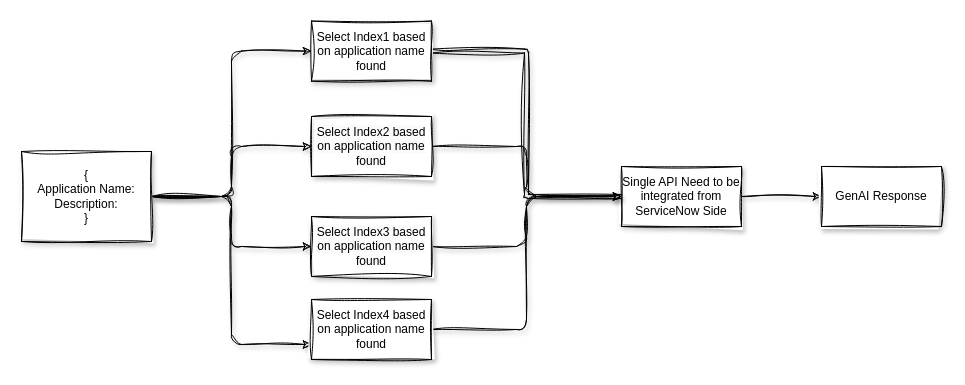
Above: WF.drawio in narsingh2231/Architectures-AI_ML (draw.io), before the change. Source tidied: cells renumbered, new cells numbered last; positions are measured from the earlier drawing's top-left corner, leaving out a move shared by most shapes. Both pictures are drawn from the tidied source at 100%, with x=0, y=0 at pixel (21, 21).
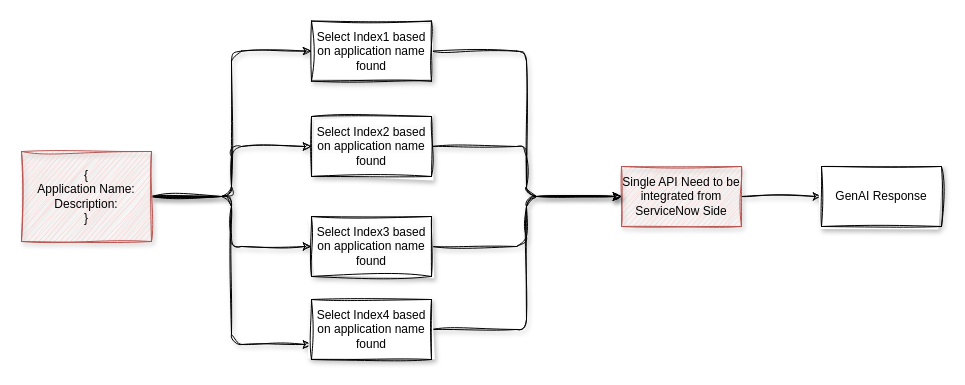
The same page after the edit.

Diff of the diagram source:
```diff
@@
 <mxGraphModel>
   <root>
     <mxCell id="0" />
     <mxCell id="1" parent="0" />
     <mxCell id="2" style="edgeStyle=orthogonalEdgeStyle;rounded=1;jettySize=auto;html=1;exitX=1;exitY=0.5;exitDx=0;exitDy=0;entryX=0;entryY=0.5;entryDx=0;entryDy=0;curved=0;sketch=1;curveFitting=1;jiggle=2;shadow=1;" parent="1" edge="1" source="6" target="16">
       <mxGeometry relative="1" as="geometry" />
     </mxCell>
     <mxCell id="3" style="edgeStyle=orthogonalEdgeStyle;rounded=1;jettySize=auto;html=1;exitX=1;exitY=0.5;exitDx=0;exitDy=0;entryX=0;entryY=0.75;entryDx=0;entryDy=0;curved=0;sketch=1;curveFitting=1;jiggle=2;shadow=1;" parent="1" edge="1" source="6" target="10">
       <mxGeometry relative="1" as="geometry" />
     </mxCell>
     <mxCell id="4" style="edgeStyle=orthogonalEdgeStyle;rounded=1;jettySize=auto;html=1;exitX=1;exitY=0.5;exitDx=0;exitDy=0;entryX=0;entryY=0.5;entryDx=0;entryDy=0;curved=0;sketch=1;curveFitting=1;jiggle=2;shadow=1;" parent="1" edge="1" source="6" target="14">
       <mxGeometry relative="1" as="geometry" />
     </mxCell>
     <mxCell id="5" style="edgeStyle=orthogonalEdgeStyle;rounded=1;jettySize=auto;html=1;exitX=1;exitY=0.5;exitDx=0;exitDy=0;entryX=0;entryY=0.5;entryDx=0;entryDy=0;curved=0;sketch=1;curveFitting=1;jiggle=2;shadow=1;" parent="1" edge="1" source="6" target="12">
       <mxGeometry relative="1" as="geometry" />
     </mxCell>
-    <mxCell id="6" value="{&lt;div&gt;Application Name:&lt;div&gt;Description:&lt;/div&gt;&lt;div&gt;}&lt;/div&gt;&lt;/div&gt;" style="whiteSpace=wrap;html=1;sketch=1;curveFitting=1;jiggle=2;shadow=1;" parent="1" vertex="1">
+    <mxCell id="6" value="{&lt;div&gt;Application Name:&lt;div&gt;Description:&lt;/div&gt;&lt;div&gt;}&lt;/div&gt;&lt;/div&gt;" style="whiteSpace=wrap;html=1;sketch=1;curveFitting=1;jiggle=2;shadow=1;fillColor=#f8cecc;strokeColor=#b85450;" parent="1" vertex="1">
       <mxGeometry y="130" width="130" height="90" as="geometry" />
     </mxCell>
     <mxCell id="7" style="edgeStyle=orthogonalEdgeStyle;rounded=0;jettySize=auto;html=1;exitX=1;exitY=0.5;exitDx=0;exitDy=0;entryX=0;entryY=0.5;entryDx=0;entryDy=0;sketch=1;curveFitting=1;jiggle=2;shadow=1;" parent="1" edge="1" source="8" target="17">
       <mxGeometry relative="1" as="geometry" />
     </mxCell>
-    <mxCell id="8" value="Single API Need to be integrated from ServiceNow Side" style="whiteSpace=wrap;html=1;sketch=1;curveFitting=1;jiggle=2;shadow=1;" parent="1" vertex="1">
+    <mxCell id="8" value="Single API Need to be integrated from ServiceNow Side" style="whiteSpace=wrap;html=1;sketch=1;curveFitting=1;jiggle=2;shadow=1;fillColor=#f8cecc;strokeColor=#b85450;" parent="1" vertex="1">
       <mxGeometry x="600" y="145" width="120" height="60" as="geometry" />
     </mxCell>
     <mxCell id="9" style="edgeStyle=orthogonalEdgeStyle;rounded=1;jettySize=auto;html=1;exitX=1;exitY=0.5;exitDx=0;exitDy=0;entryX=0;entryY=0.5;entryDx=0;entryDy=0;curved=0;sketch=1;curveFitting=1;jiggle=2;shadow=1;" parent="1" edge="1" source="10" target="8">
       <mxGeometry relative="1" as="geometry" />
     </mxCell>
     <mxCell id="10" value="Select Index4 based on application name found" style="whiteSpace=wrap;html=1;sketch=1;curveFitting=1;jiggle=2;shadow=1;" parent="1" vertex="1">
       <mxGeometry x="290" y="278" width="120" height="60" as="geometry" />
     </mxCell>
     <mxCell id="11" style="edgeStyle=orthogonalEdgeStyle;rounded=1;jettySize=auto;html=1;exitX=1;exitY=0.5;exitDx=0;exitDy=0;entryX=0;entryY=0.5;entryDx=0;entryDy=0;curved=0;sketch=1;curveFitting=1;jiggle=2;shadow=1;" parent="1" edge="1" source="12" target="8">
       <mxGeometry relative="1" as="geometry" />
     </mxCell>
     <mxCell id="12" value="&lt;br&gt;&lt;span style=&quot;color: rgb(0, 0, 0); font-family: Helvetica; font-size: 12px; font-style: normal; font-variant-ligatures: normal; font-variant-caps: normal; font-weight: 400; letter-spacing: normal; orphans: 2; text-align: center; text-indent: 0px; text-transform: none; widows: 2; word-spacing: 0px; -webkit-text-stroke-width: 0px; white-space: normal; background-color: rgb(251, 251, 251); text-decoration-thickness: initial; text-decoration-style: initial; text-decoration-color: initial; float: none; display: inline !important;&quot;&gt;Select Index3 based on application name found&lt;/span&gt;&lt;div&gt;&lt;br/&gt;&lt;/div&gt;" style="whiteSpace=wrap;html=1;sketch=1;curveFitting=1;jiggle=2;shadow=1;" parent="1" vertex="1">
       <mxGeometry x="290" y="195" width="120" height="60" as="geometry" />
     </mxCell>
     <mxCell id="13" style="edgeStyle=orthogonalEdgeStyle;rounded=1;jettySize=auto;html=1;exitX=1;exitY=0.5;exitDx=0;exitDy=0;entryX=0;entryY=0.5;entryDx=0;entryDy=0;curved=0;sketch=1;curveFitting=1;jiggle=2;shadow=1;" parent="1" edge="1" source="14" target="8">
       <mxGeometry relative="1" as="geometry" />
     </mxCell>
     <mxCell id="14" value="&lt;br&gt;&lt;span style=&quot;color: rgb(0, 0, 0); font-family: Helvetica; font-size: 12px; font-style: normal; font-variant-ligatures: normal; font-variant-caps: normal; font-weight: 400; letter-spacing: normal; orphans: 2; text-align: center; text-indent: 0px; text-transform: none; widows: 2; word-spacing: 0px; -webkit-text-stroke-width: 0px; white-space: normal; background-color: rgb(251, 251, 251); text-decoration-thickness: initial; text-decoration-style: initial; text-decoration-color: initial; float: none; display: inline !important;&quot;&gt;Select Index2 based on application name found&lt;/span&gt;&lt;div&gt;&lt;br/&gt;&lt;/div&gt;" style="whiteSpace=wrap;html=1;sketch=1;curveFitting=1;jiggle=2;shadow=1;" parent="1" vertex="1">
       <mxGeometry x="290" y="95" width="120" height="60" as="geometry" />
     </mxCell>
-    <mxCell id="15" style="edgeStyle=orthogonalEdgeStyle;rounded=1;jettySize=auto;html=1;exitX=1;exitY=0.5;exitDx=0;exitDy=0;entryX=0;entryY=0.5;entryDx=0;entryDy=0;curved=0;shape=link;sketch=1;curveFitting=1;jiggle=2;shadow=1;" parent="1" edge="1" source="16" target="8">
+    <mxCell id="15" style="edgeStyle=orthogonalEdgeStyle;rounded=1;jettySize=auto;html=1;exitX=1;exitY=0.5;exitDx=0;exitDy=0;entryX=0;entryY=0.5;entryDx=0;entryDy=0;curved=0;sketch=1;curveFitting=1;jiggle=2;shadow=1;" parent="1" edge="1" source="16" target="8">
       <mxGeometry relative="1" as="geometry" />
     </mxCell>
     <mxCell id="16" value="Select Index1 based on application name found" style="whiteSpace=wrap;html=1;sketch=1;curveFitting=1;jiggle=2;shadow=1;" parent="1" vertex="1">
       <mxGeometry x="290" y="-0.4" width="120" height="60" as="geometry" />
     </mxCell>
     <mxCell id="17" value="GenAI Response" style="whiteSpace=wrap;html=1;sketch=1;curveFitting=1;jiggle=2;shadow=1;" parent="1" vertex="1">
       <mxGeometry x="800" y="145" width="120" height="60" as="geometry" />
     </mxCell>
   </root>
 </mxGraphModel>
```
